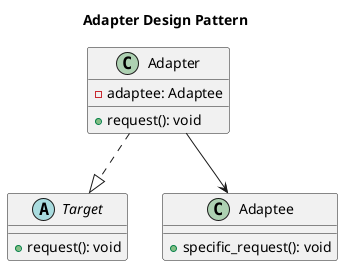
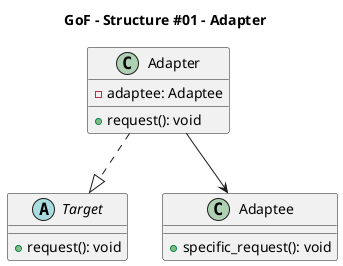
@startuml gof_adapter
/'
PlantUML 共通コマンドとクラス図
https://plantuml.com/ja/commons
https://plantuml.com/ja/class-diagram
'/

- title Adapter Design Pattern
+ title GoF - Structure #01 - Adapter

abstract class Target {
    +request(): void
}

class Adaptee {
    +specific_request(): void
}

class Adapter {
    -adaptee: Adaptee
    +request(): void
}

' 実装 - クラスによるインターフェースの実現
Adapter ..|> Target

' 依存 - オブジェクトが別のオブジェクトを使う
Adapter --> Adaptee

@enduml
